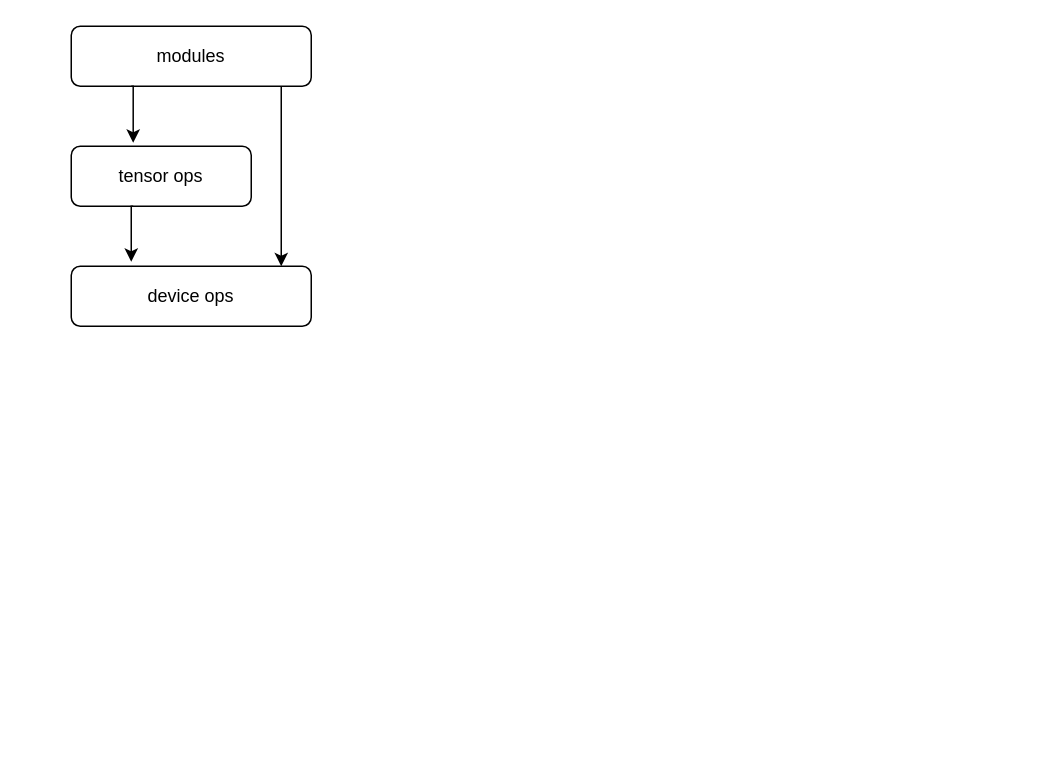
Before: tensorLib.drawio in DavidZyy/drawio_repo, a draw.io diagram. Source tidied: cells renumbered, new cells numbered last; positions are measured from the earlier drawing's top-left corner, leaving out a move shared by most shapes. Both pictures are drawn from the tidied source at 150%, with x=0, y=0 at pixel (70, 26).
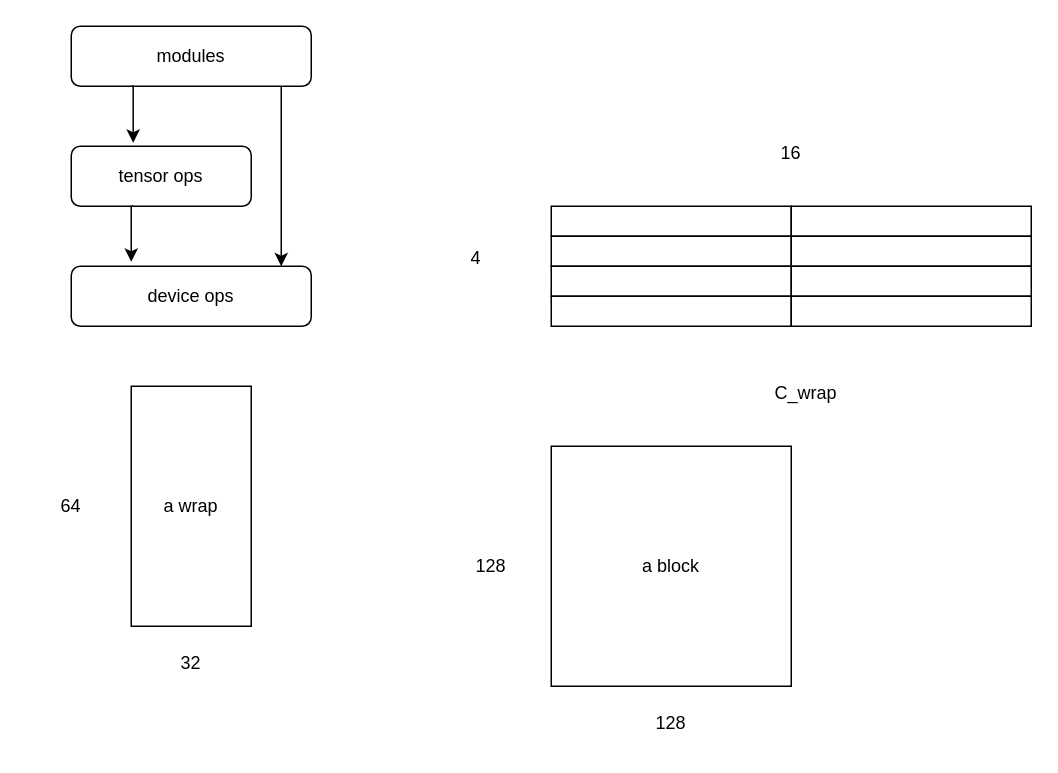
After the change.

The edit, as a diff of the source:
```diff
@@
+    <mxCell id="8" style="rounded=0;whiteSpace=wrap;html=1;" parent="1" vertex="1">
+      <mxGeometry x="320" y="120" width="160" height="20" as="geometry" />
+    </mxCell>
+    <mxCell id="9" style="rounded=0;whiteSpace=wrap;html=1;" parent="1" vertex="1">
+      <mxGeometry x="480" y="120" width="160" height="20" as="geometry" />
+    </mxCell>
+    <mxCell id="10" style="rounded=0;whiteSpace=wrap;html=1;" parent="1" vertex="1">
+      <mxGeometry x="320" y="140" width="160" height="20" as="geometry" />
+    </mxCell>
+    <mxCell id="11" style="rounded=0;whiteSpace=wrap;html=1;" parent="1" vertex="1">
+      <mxGeometry x="480" y="140" width="160" height="20" as="geometry" />
+    </mxCell>
+    <mxCell id="12" style="rounded=0;whiteSpace=wrap;html=1;" parent="1" vertex="1">
+      <mxGeometry x="320" y="160" width="160" height="20" as="geometry" />
+    </mxCell>
+    <mxCell id="13" style="rounded=0;whiteSpace=wrap;html=1;" parent="1" vertex="1">
+      <mxGeometry x="480" y="160" width="160" height="20" as="geometry" />
+    </mxCell>
+    <mxCell id="14" style="rounded=0;whiteSpace=wrap;html=1;" parent="1" vertex="1">
+      <mxGeometry x="320" y="180" width="160" height="20" as="geometry" />
+    </mxCell>
+    <mxCell id="15" style="rounded=0;whiteSpace=wrap;html=1;" parent="1" vertex="1">
+      <mxGeometry x="480" y="180" width="160" height="20" as="geometry" />
+    </mxCell>
+    <mxCell id="16" value="16" style="text;strokeColor=none;align=center;fillColor=none;html=1;verticalAlign=middle;whiteSpace=wrap;rounded=0;" parent="1" vertex="1">
+      <mxGeometry x="450" y="70" width="60" height="30" as="geometry" />
+    </mxCell>
+    <mxCell id="17" value="4" style="text;strokeColor=none;align=center;fillColor=none;html=1;verticalAlign=middle;whiteSpace=wrap;rounded=0;" parent="1" vertex="1">
+      <mxGeometry x="240" y="140" width="60" height="30" as="geometry" />
+    </mxCell>
+    <mxCell id="18" value="C_wrap" style="text;strokeColor=none;align=center;fillColor=none;html=1;verticalAlign=middle;whiteSpace=wrap;rounded=0;" parent="1" vertex="1">
+      <mxGeometry x="460" y="230" width="60" height="30" as="geometry" />
+    </mxCell>
+    <mxCell id="19" value="a wrap" style="rounded=0;whiteSpace=wrap;html=1;" parent="1" vertex="1">
+      <mxGeometry x="40" y="240" width="80" height="160" as="geometry" />
+    </mxCell>
+    <mxCell id="20" value="64" style="text;strokeColor=none;align=center;fillColor=none;html=1;verticalAlign=middle;whiteSpace=wrap;rounded=0;" parent="1" vertex="1">
+      <mxGeometry x="-30" y="305" width="60" height="30" as="geometry" />
+    </mxCell>
+    <mxCell id="21" value="32" style="text;strokeColor=none;align=center;fillColor=none;html=1;verticalAlign=middle;whiteSpace=wrap;rounded=0;" parent="1" vertex="1">
+      <mxGeometry x="50" y="410" width="60" height="30" as="geometry" />
+    </mxCell>
+    <mxCell id="22" value="a block" style="rounded=0;whiteSpace=wrap;html=1;" parent="1" vertex="1">
+      <mxGeometry x="320" y="280" width="160" height="160" as="geometry" />
+    </mxCell>
+    <mxCell id="23" value="128" style="text;strokeColor=none;align=center;fillColor=none;html=1;verticalAlign=middle;whiteSpace=wrap;rounded=0;" parent="1" vertex="1">
+      <mxGeometry x="250" y="345" width="60" height="30" as="geometry" />
+    </mxCell>
+    <mxCell id="24" value="128" style="text;strokeColor=none;align=center;fillColor=none;html=1;verticalAlign=middle;whiteSpace=wrap;rounded=0;" parent="1" vertex="1">
+      <mxGeometry x="370" y="450" width="60" height="30" as="geometry" />
+    </mxCell>
```
